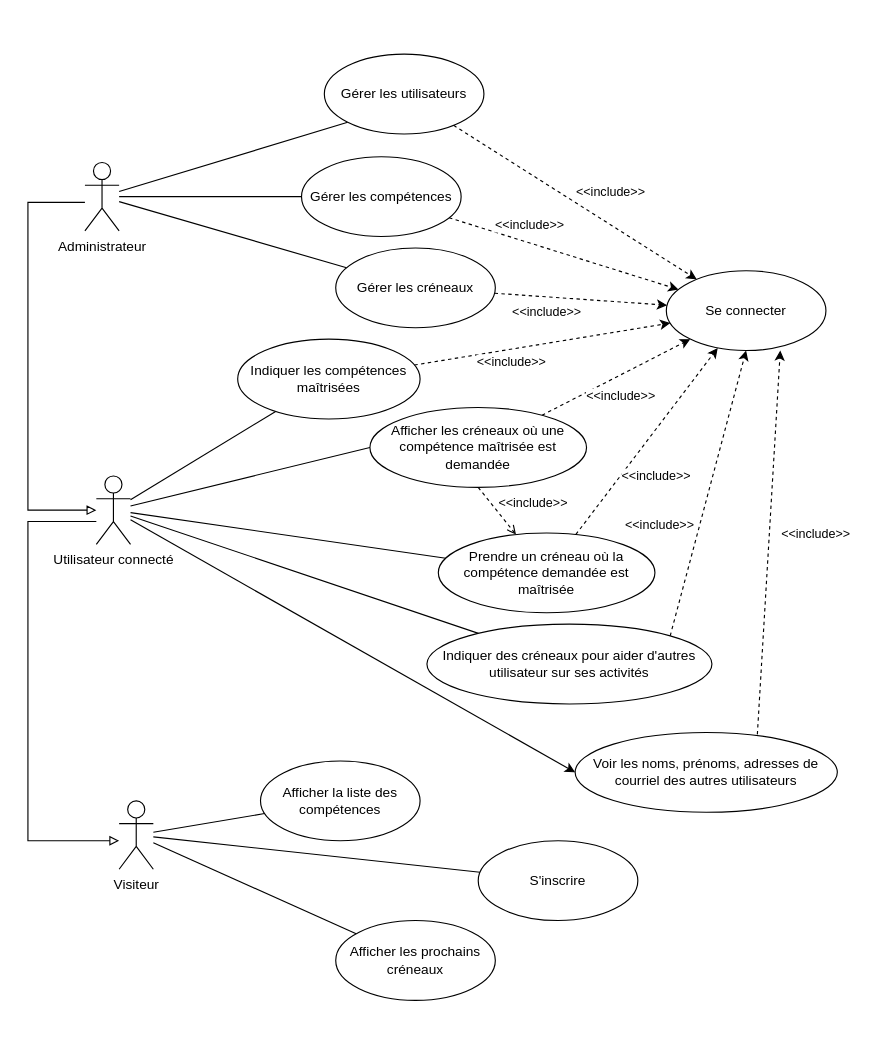
Earlier version of the draw.io diagram schemas/diagramme_cas_d_utilisation.drawio (AudouardR/sitecompetences). Source tidied: cells renumbered, new cells numbered last; positions are measured from the earlier drawing's top-left corner, leaving out a move shared by most shapes. Both pictures are drawn from the tidied source at 114%, with x=0, y=0 at pixel (27, 54).
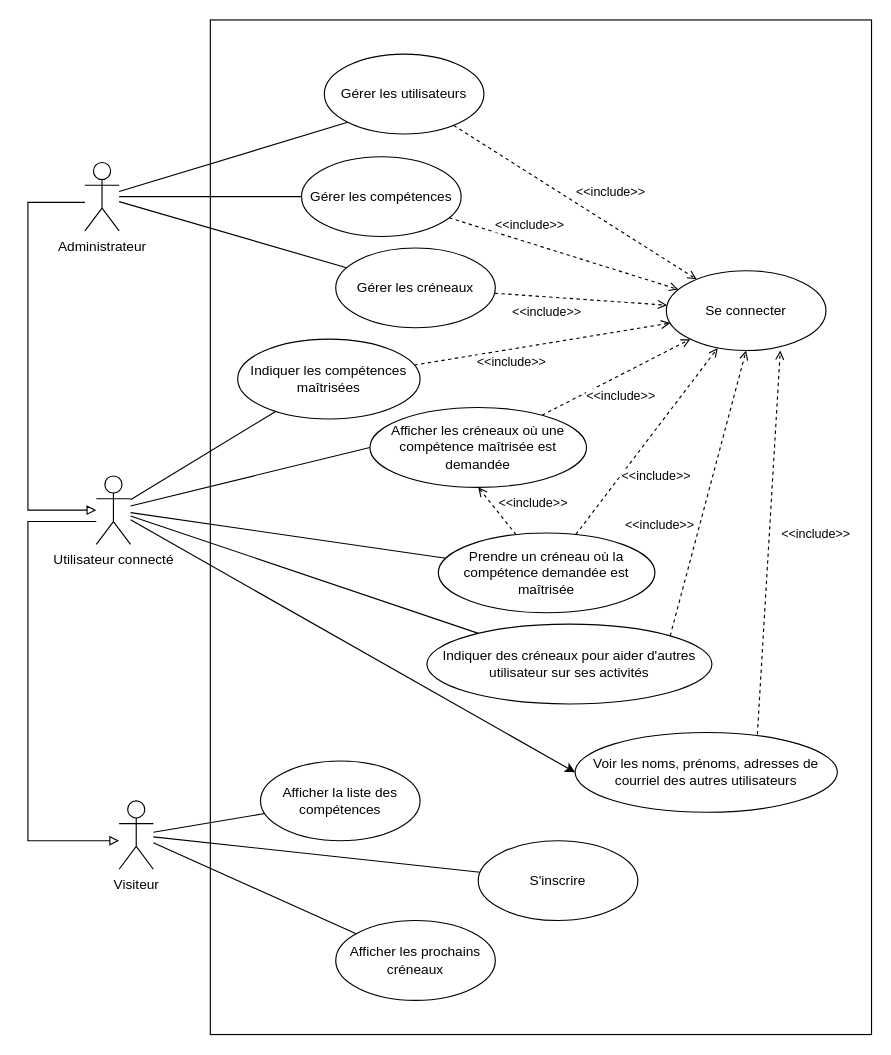
The same page after the edit.

Commit message:
Diagramme des cas d'utilisation

Unchanged cells that the change refers to:
```xml
<mxCell id="21" value="Indiquer les compétences maîtrisées" style="ellipse;whiteSpace=wrap;html=1;" parent="1" vertex="1">
  <mxGeometry x="184" y="250" width="160" height="70" as="geometry" />
</mxCell>
<mxCell id="25" value="Indiquer des créneaux pour aider d'autres utilisateur sur ses activités" style="ellipse;whiteSpace=wrap;html=1;" parent="1" vertex="1">
  <mxGeometry x="350" y="500" width="250" height="70" as="geometry" />
</mxCell>
<mxCell id="28" value="Gérer les utilisateurs" style="ellipse;whiteSpace=wrap;html=1;" parent="1" vertex="1">
  <mxGeometry x="260" width="140" height="70" as="geometry" />
</mxCell>
<mxCell id="31" value="Gérer les compétences" style="ellipse;whiteSpace=wrap;html=1;" parent="1" vertex="1">
  <mxGeometry x="240" y="90" width="140" height="70" as="geometry" />
</mxCell>
<mxCell id="34" value="Gérer les créneaux" style="ellipse;whiteSpace=wrap;html=1;" parent="1" vertex="1">
  <mxGeometry x="270" y="170" width="140" height="70" as="geometry" />
</mxCell>
<mxCell id="39" value="Afficher les créneaux où une compétence maîtrisée est demandée" style="ellipse;whiteSpace=wrap;html=1;" parent="1" vertex="1">
  <mxGeometry x="300" y="310" width="190" height="70" as="geometry" />
</mxCell>
<mxCell id="42" value="Prendre un créneau où la compétence demandée est maîtrisée" style="ellipse;whiteSpace=wrap;html=1;" parent="1" vertex="1">
  <mxGeometry x="360" y="420" width="190" height="70" as="geometry" />
</mxCell>
<mxCell id="43" value="Se connecter" style="ellipse;whiteSpace=wrap;html=1;" parent="1" vertex="1">
  <mxGeometry x="560" y="190" width="140" height="70" as="geometry" />
</mxCell>
<mxCell id="47" value="Voir les noms, prénoms, adresses de courriel des autres utilisateurs" style="ellipse;whiteSpace=wrap;html=1;" parent="1" vertex="1">
  <mxGeometry x="480" y="595" width="230" height="70" as="geometry" />
</mxCell>
```

Diff of the diagram source:
```diff
@@
+    <mxCell id="48" style="rounded=0;whiteSpace=wrap;html=1;" parent="1" vertex="1">
+      <mxGeometry x="160" y="-30" width="580" height="890" as="geometry" />
+    </mxCell>
@@
-    <mxCell id="19" style="rounded=0;jettySize=auto;html=1;defaultLabelBackgroundColor=page;labelPadding=0 4;dashed=1;" parent="1" edge="1" source="21" target="43">
+    <mxCell id="19" style="rounded=0;jettySize=auto;html=1;defaultLabelBackgroundColor=page;labelPadding=0 4;dashed=1;endArrow=open;endFill=0;" parent="1" edge="1" source="21" target="43">
       <mxGeometry relative="1" as="geometry" />
     </mxCell>
@@
-    <mxCell id="23" style="rounded=0;jettySize=auto;html=1;entryX=0.5;entryY=1;entryDx=0;entryDy=0;defaultLabelBackgroundColor=page;labelPadding=0 4;dashed=1;exitX=1;exitY=0;exitDx=0;exitDy=0;" parent="1" edge="1" source="25" target="43">
+    <mxCell id="23" style="rounded=0;jettySize=auto;html=1;entryX=0.5;entryY=1;entryDx=0;entryDy=0;defaultLabelBackgroundColor=page;labelPadding=0 4;dashed=1;exitX=1;exitY=0;exitDx=0;exitDy=0;endArrow=open;endFill=0;" parent="1" edge="1" source="25" target="43">
       <mxGeometry relative="1" as="geometry" />
     </mxCell>
@@
-    <mxCell id="26" style="rounded=0;jettySize=auto;html=1;defaultLabelBackgroundColor=page;labelPadding=0 4;dashed=1;" parent="1" edge="1" source="28" target="43">
+    <mxCell id="26" style="rounded=0;jettySize=auto;html=1;defaultLabelBackgroundColor=page;labelPadding=0 4;dashed=1;endArrow=open;endFill=0;" parent="1" edge="1" source="28" target="43">
       <mxGeometry relative="1" as="geometry" />
     </mxCell>
@@
-    <mxCell id="29" style="rounded=0;jettySize=auto;html=1;defaultLabelBackgroundColor=page;labelPadding=0 4;dashed=1;" parent="1" edge="1" source="31" target="43">
+    <mxCell id="29" style="rounded=0;jettySize=auto;html=1;defaultLabelBackgroundColor=page;labelPadding=0 4;dashed=1;endArrow=open;endFill=0;" parent="1" edge="1" source="31" target="43">
       <mxGeometry relative="1" as="geometry" />
     </mxCell>
@@
-    <mxCell id="32" style="rounded=0;jettySize=auto;html=1;defaultLabelBackgroundColor=page;labelPadding=0 4;dashed=1;" parent="1" edge="1" source="34" target="43">
+    <mxCell id="32" style="rounded=0;jettySize=auto;html=1;defaultLabelBackgroundColor=page;labelPadding=0 4;dashed=1;endArrow=open;endFill=0;" parent="1" edge="1" source="34" target="43">
       <mxGeometry relative="1" as="geometry" />
     </mxCell>
@@
-    <mxCell id="35" style="rounded=0;jettySize=auto;html=1;exitX=0.5;exitY=1;exitDx=0;exitDy=0;defaultLabelBackgroundColor=page;labelPadding=0 4;endArrow=open;endFill=0;dashed=1;" parent="1" edge="1" source="39" target="42">
+    <mxCell id="35" style="rounded=0;jettySize=auto;html=1;exitX=0.5;exitY=1;exitDx=0;exitDy=0;defaultLabelBackgroundColor=page;labelPadding=0 4;endArrow=none;endFill=0;dashed=1;startArrow=open;startFill=0;" parent="1" edge="1" source="39" target="42">
       <mxGeometry relative="1" as="geometry" />
     </mxCell>
@@
-    <mxCell id="37" style="rounded=0;jettySize=auto;html=1;defaultLabelBackgroundColor=page;labelPadding=0 4;dashed=1;" parent="1" edge="1" source="39" target="43">
+    <mxCell id="37" style="rounded=0;jettySize=auto;html=1;defaultLabelBackgroundColor=page;labelPadding=0 4;dashed=1;endArrow=open;endFill=0;" parent="1" edge="1" source="39" target="43">
       <mxGeometry relative="1" as="geometry" />
     </mxCell>
@@
-    <mxCell id="40" style="rounded=0;jettySize=auto;html=1;defaultLabelBackgroundColor=page;labelPadding=0 4;dashed=1;" parent="1" edge="1" source="42" target="43">
+    <mxCell id="40" style="rounded=0;jettySize=auto;html=1;defaultLabelBackgroundColor=page;labelPadding=0 4;dashed=1;endArrow=open;endFill=0;" parent="1" edge="1" source="42" target="43">
       <mxGeometry relative="1" as="geometry" />
     </mxCell>
@@
-    <mxCell id="45" style="rounded=0;jettySize=auto;html=1;entryX=0.714;entryY=1;entryDx=0;entryDy=0;defaultLabelBackgroundColor=page;labelPadding=0 4;exitX=0.695;exitY=0.024;exitDx=0;exitDy=0;exitPerimeter=0;entryPerimeter=0;dashed=1;" parent="1" edge="1" source="47" target="43">
+    <mxCell id="45" style="rounded=0;jettySize=auto;html=1;entryX=0.714;entryY=1;entryDx=0;entryDy=0;defaultLabelBackgroundColor=page;labelPadding=0 4;exitX=0.695;exitY=0.024;exitDx=0;exitDy=0;exitPerimeter=0;entryPerimeter=0;dashed=1;endArrow=open;endFill=0;" parent="1" edge="1" source="47" target="43">
       <mxGeometry relative="1" as="geometry" />
     </mxCell>
```
